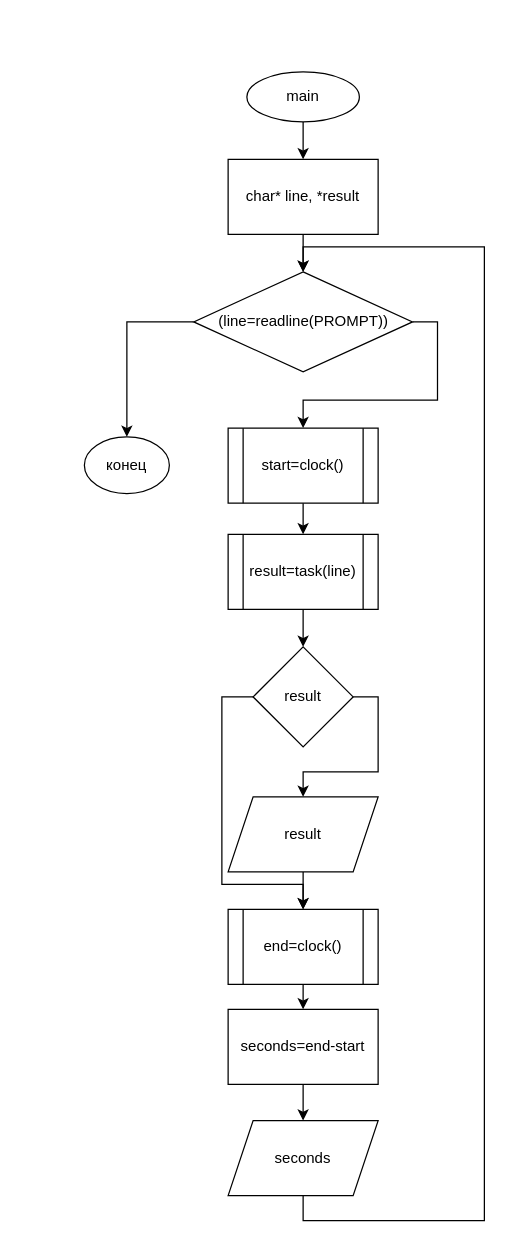
Before: page "main" (1 of 8) of lab4.drawio in Alvald1/draw.io, a draw.io diagram. Source tidied: cells renumbered, new cells numbered last; positions are measured from the earlier drawing's top-left corner, leaving out a move shared by most shapes. Both pictures are drawn from the tidied source at 125%, with x=0, y=0 at pixel (84, 71).
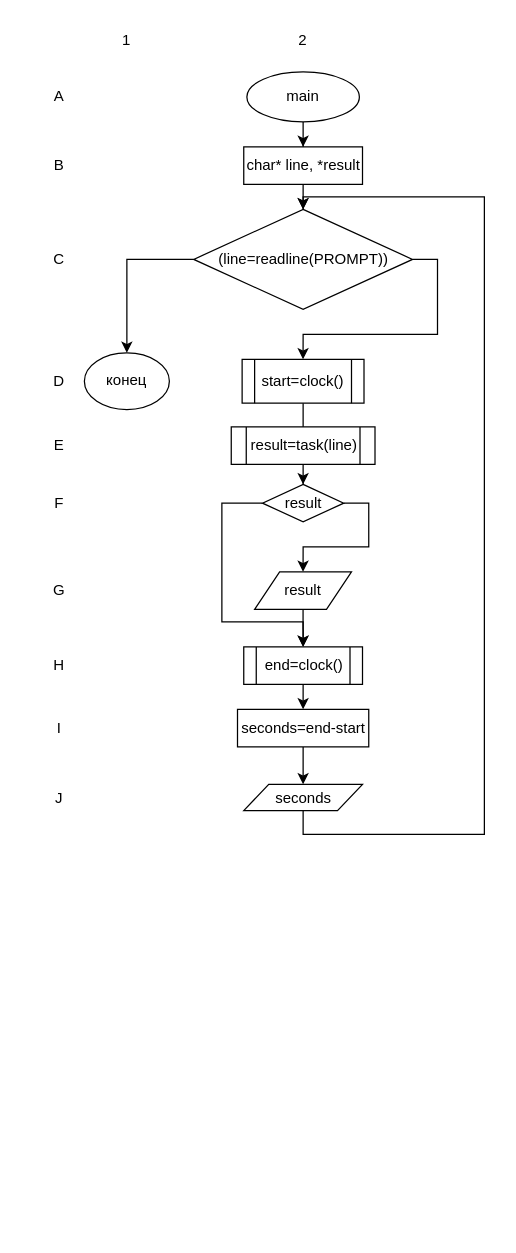
Above is the later version.

Diff of the diagram source:
```diff
@@
     <mxCell id="5" value="char* line, *result" style="rounded=0;whiteSpace=wrap;html=1;" parent="1" vertex="1">
-      <mxGeometry x="115" y="70" width="120" height="60" as="geometry" />
+      <mxGeometry x="127.5" y="60" width="95" height="30" as="geometry" />
     </mxCell>
@@
     <mxCell id="8" value="(line=readline(PROMPT))" style="rhombus;whiteSpace=wrap;html=1;" parent="1" vertex="1">
-      <mxGeometry x="87.5" y="160" width="175" height="80" as="geometry" />
+      <mxGeometry x="87.5" y="110" width="175" height="80" as="geometry" />
     </mxCell>
@@
     <mxCell id="10" value="start=clock()" style="shape=process;whiteSpace=wrap;html=1;backgroundOutline=1;" parent="1" vertex="1">
-      <mxGeometry x="115" y="285" width="120" height="60" as="geometry" />
+      <mxGeometry x="126.2" y="230" width="97.5" height="35" as="geometry" />
     </mxCell>
@@
     <mxCell id="12" value="result=task(line)" style="shape=process;whiteSpace=wrap;html=1;backgroundOutline=1;" parent="1" vertex="1">
-      <mxGeometry x="115" y="370" width="120" height="60" as="geometry" />
+      <mxGeometry x="117.5" y="284" width="115" height="30" as="geometry" />
     </mxCell>
@@
     <mxCell id="14" style="edgeStyle=orthogonalEdgeStyle;rounded=0;jettySize=auto;html=1;exitX=0;exitY=0.5;exitDx=0;exitDy=0;entryX=0.5;entryY=0;entryDx=0;entryDy=0;" parent="1" edge="1" source="15" target="19">
       <mxGeometry relative="1" as="geometry">
         <Array as="points">
-          <mxPoint x="110" y="500" />
-          <mxPoint x="110" y="650" />
-          <mxPoint x="175" y="650" />
+          <mxPoint x="110" y="345" />
+          <mxPoint x="110" y="440" />
+          <mxPoint x="175" y="440" />
         </Array>
       </mxGeometry>
     </mxCell>
     <mxCell id="15" value="result" style="rhombus;whiteSpace=wrap;html=1;" parent="1" vertex="1">
-      <mxGeometry x="135" y="460" width="80" height="80" as="geometry" />
+      <mxGeometry x="142.5" y="330" width="65" height="30" as="geometry" />
     </mxCell>
@@
     <mxCell id="17" value="result" style="shape=parallelogram;perimeter=parallelogramPerimeter;whiteSpace=wrap;html=1;fixedSize=1;" parent="1" vertex="1">
-      <mxGeometry x="115" y="580" width="120" height="60" as="geometry" />
+      <mxGeometry x="136.2" y="400" width="77.5" height="30" as="geometry" />
     </mxCell>
@@
     <mxCell id="19" value="end=clock()" style="shape=process;whiteSpace=wrap;html=1;backgroundOutline=1;" parent="1" vertex="1">
-      <mxGeometry x="115" y="670" width="120" height="60" as="geometry" />
+      <mxGeometry x="127.5" y="460" width="95" height="30" as="geometry" />
     </mxCell>
@@
     <mxCell id="21" value="seconds=end-start" style="rounded=0;whiteSpace=wrap;html=1;" parent="1" vertex="1">
-      <mxGeometry x="115" y="750" width="120" height="60" as="geometry" />
+      <mxGeometry x="122.5" y="510" width="105" height="30" as="geometry" />
     </mxCell>
     <mxCell id="22" style="edgeStyle=orthogonalEdgeStyle;rounded=0;jettySize=auto;html=1;exitX=0.5;exitY=1;exitDx=0;exitDy=0;entryX=0.5;entryY=0;entryDx=0;entryDy=0;" parent="1" edge="1" source="23" target="8">
       <mxGeometry relative="1" as="geometry">
         <Array as="points">
-          <mxPoint x="175" y="919" />
-          <mxPoint x="320" y="919" />
-          <mxPoint x="320" y="140" />
-          <mxPoint x="175" y="140" />
+          <mxPoint x="175" y="610" />
+          <mxPoint x="320" y="610" />
+          <mxPoint x="320" y="100" />
+          <mxPoint x="175" y="100" />
         </Array>
       </mxGeometry>
     </mxCell>
     <mxCell id="23" value="seconds" style="shape=parallelogram;perimeter=parallelogramPerimeter;whiteSpace=wrap;html=1;fixedSize=1;" parent="1" vertex="1">
-      <mxGeometry x="115" y="839" width="120" height="60" as="geometry" />
+      <mxGeometry x="127.5" y="570" width="95" height="21" as="geometry" />
     </mxCell>
     <mxCell id="24" value="конец" style="ellipse;whiteSpace=wrap;html=1;" parent="1" vertex="1">
-      <mxGeometry y="292" width="68" height="45.3" as="geometry" />
+      <mxGeometry y="224.8" width="68" height="45.3" as="geometry" />
     </mxCell>
+    <mxCell id="25" value="A" style="text;html=1;strokeColor=none;fillColor=none;align=center;verticalAlign=middle;whiteSpace=wrap;rounded=0;" parent="1" vertex="1">
+      <mxGeometry x="-50" y="5" width="60" height="30" as="geometry" />
+    </mxCell>
+    <mxCell id="26" value="B" style="text;html=1;strokeColor=none;fillColor=none;align=center;verticalAlign=middle;whiteSpace=wrap;rounded=0;" parent="1" vertex="1">
+      <mxGeometry x="-50" y="60" width="60" height="30" as="geometry" />
+    </mxCell>
+    <mxCell id="27" value="C" style="text;html=1;strokeColor=none;fillColor=none;align=center;verticalAlign=middle;whiteSpace=wrap;rounded=0;" parent="1" vertex="1">
+      <mxGeometry x="-50" y="135" width="60" height="30" as="geometry" />
+    </mxCell>
+    <mxCell id="28" value="D" style="text;html=1;strokeColor=none;fillColor=none;align=center;verticalAlign=middle;whiteSpace=wrap;rounded=0;" parent="1" vertex="1">
+      <mxGeometry x="-50" y="232.5" width="60" height="30" as="geometry" />
+    </mxCell>
+    <mxCell id="29" value="E" style="text;html=1;strokeColor=none;fillColor=none;align=center;verticalAlign=middle;whiteSpace=wrap;rounded=0;" parent="1" vertex="1">
+      <mxGeometry x="-50" y="284" width="60" height="30" as="geometry" />
+    </mxCell>
+    <mxCell id="30" value="H" style="text;html=1;strokeColor=none;fillColor=none;align=center;verticalAlign=middle;whiteSpace=wrap;rounded=0;" parent="1" vertex="1">
+      <mxGeometry x="-50" y="460" width="60" height="30" as="geometry" />
+    </mxCell>
+    <mxCell id="31" value="I" style="text;html=1;strokeColor=none;fillColor=none;align=center;verticalAlign=middle;whiteSpace=wrap;rounded=0;" parent="1" vertex="1">
+      <mxGeometry x="-50" y="510" width="60" height="30" as="geometry" />
+    </mxCell>
+    <mxCell id="32" value="J" style="text;html=1;strokeColor=none;fillColor=none;align=center;verticalAlign=middle;whiteSpace=wrap;rounded=0;" parent="1" vertex="1">
+      <mxGeometry x="-50" y="565.5" width="60" height="30" as="geometry" />
+    </mxCell>
+    <mxCell id="33" value="F" style="text;html=1;strokeColor=none;fillColor=none;align=center;verticalAlign=middle;whiteSpace=wrap;rounded=0;" parent="1" vertex="1">
+      <mxGeometry x="-50" y="330" width="60" height="30" as="geometry" />
+    </mxCell>
+    <mxCell id="34" value="G" style="text;html=1;strokeColor=none;fillColor=none;align=center;verticalAlign=middle;whiteSpace=wrap;rounded=0;" parent="1" vertex="1">
+      <mxGeometry x="-50" y="400" width="60" height="30" as="geometry" />
+    </mxCell>
+    <mxCell id="35" value="1" style="text;html=1;strokeColor=none;fillColor=none;align=center;verticalAlign=middle;whiteSpace=wrap;rounded=0;" parent="1" vertex="1">
+      <mxGeometry x="4" y="-40" width="60" height="30" as="geometry" />
+    </mxCell>
+    <mxCell id="36" value="2" style="text;html=1;strokeColor=none;fillColor=none;align=center;verticalAlign=middle;whiteSpace=wrap;rounded=0;" parent="1" vertex="1">
+      <mxGeometry x="145" y="-40" width="60" height="30" as="geometry" />
+    </mxCell>
```
